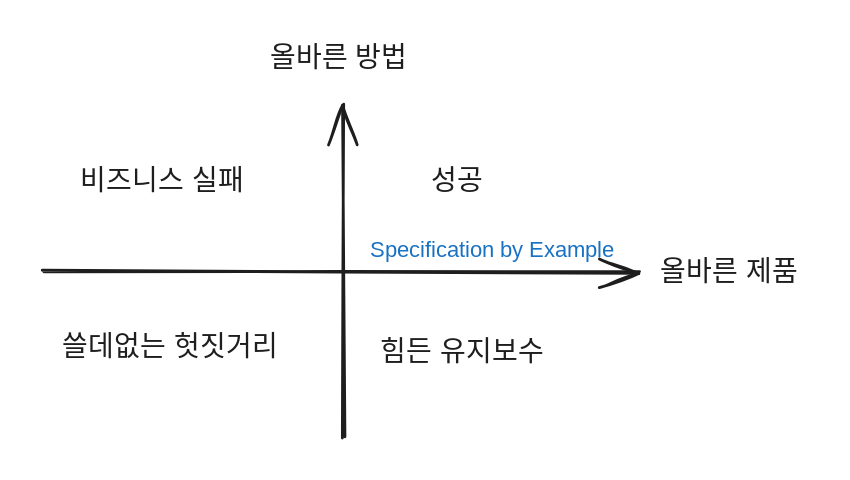
Above: .gitbook/assets/file.excalidraw (2).svg in Team-Shift-4/Jungin_TIL (Excalidraw), before the change. Source tidied: one line per element, renumbered; positions are measured from the earlier drawing's top-left corner, leaving out a move shared by most shapes. Its diagram source:
```json
{"id": 0, "type": "arrow", "strokeColor": "#1e1e1e", "strokeWidth": 2, "roughness": 1, "endArrowhead": "arrow", "round": true, "to": 3, "x": 0, "y": 164, "width": 425, "height": 0, "points": [[0, 0], [425, 0]]}
{"id": 1, "type": "arrow", "strokeColor": "#1e1e1e", "strokeWidth": 2, "roughness": 1, "endArrowhead": "arrow", "round": true, "x": 215, "y": 283, "width": 0, "height": 237, "points": [[0, 0], [0, -237]]}
{"id": 2, "type": "text", "text": "올바른 방법", "strokeColor": "#1e1e1e", "strokeWidth": 2, "roughness": 1, "fontSize": 20, "fontFamily": 2, "x": 162, "y": 0, "width": 106, "height": 23}
{"id": 3, "type": "text", "text": "올바른 제품", "strokeColor": "#1e1e1e", "strokeWidth": 2, "roughness": 1, "fontSize": 20, "fontFamily": 2, "x": 441, "y": 153, "width": 106, "height": 23}
{"id": 4, "type": "text", "text": "쓸데없는 헛짓거리", "strokeColor": "#1e1e1e", "strokeWidth": 2, "roughness": 1, "fontSize": 20, "fontFamily": 2, "x": 14, "y": 206, "width": 166, "height": 23}
{"id": 5, "type": "text", "text": "비즈니스 실패", "strokeColor": "#1e1e1e", "strokeWidth": 2, "roughness": 1, "fontSize": 20, "fontFamily": 2, "x": 26, "y": 88, "width": 126, "height": 23}
{"id": 6, "type": "text", "text": "성공", "strokeColor": "#1e1e1e", "strokeWidth": 2, "roughness": 1, "fontSize": 20, "fontFamily": 2, "x": 277, "y": 88, "width": 40, "height": 23}
{"id": 7, "type": "text", "text": "힘든 유지보수", "strokeColor": "#1e1e1e", "strokeWidth": 2, "roughness": 1, "fontSize": 20, "fontFamily": 2, "x": 241, "y": 210, "width": 126, "height": 23}
{"id": 8, "type": "text", "text": "Specification by Example", "strokeColor": "#1971c2", "strokeWidth": 2, "roughness": 1, "fontSize": 16, "fontFamily": 1, "x": 233, "y": 140, "width": 190, "height": 20}
```
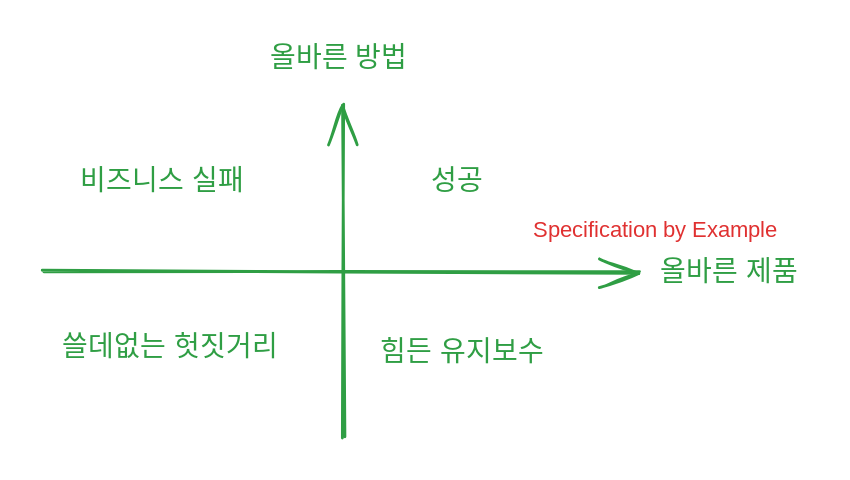
After the commit.

Diff of the diagram source:
```diff
@@ -1,9 +1,9 @@
-{"id": 0, "type": "arrow", "strokeColor": "#1e1e1e", "strokeWidth": 2, "roughness": 1, "endArrowhead": "arrow", "round": true, "to": 3, "x": 0, "y": 164, "width": 425, "height": 0, "points": [[0, 0], [425, 0]]}
+{"id": 0, "type": "arrow", "strokeColor": "#2f9e44", "strokeWidth": 2, "roughness": 1, "endArrowhead": "arrow", "round": true, "to": 3, "x": 0, "y": 164, "width": 425, "height": 0, "points": [[0, 0], [425, 0]]}
-{"id": 1, "type": "arrow", "strokeColor": "#1e1e1e", "strokeWidth": 2, "roughness": 1, "endArrowhead": "arrow", "round": true, "x": 215, "y": 283, "width": 0, "height": 237, "points": [[0, 0], [0, -237]]}
+{"id": 1, "type": "arrow", "strokeColor": "#2f9e44", "strokeWidth": 2, "roughness": 1, "endArrowhead": "arrow", "round": true, "x": 215, "y": 283, "width": 0, "height": 237, "points": [[0, 0], [0, -237]]}
-{"id": 2, "type": "text", "text": "올바른 방법", "strokeColor": "#1e1e1e", "strokeWidth": 2, "roughness": 1, "fontSize": 20, "fontFamily": 2, "x": 162, "y": 0, "width": 106, "height": 23}
+{"id": 2, "type": "text", "text": "올바른 방법", "strokeColor": "#2f9e44", "strokeWidth": 2, "roughness": 1, "fontSize": 20, "fontFamily": 2, "x": 162, "y": 0, "width": 106, "height": 23}
-{"id": 3, "type": "text", "text": "올바른 제품", "strokeColor": "#1e1e1e", "strokeWidth": 2, "roughness": 1, "fontSize": 20, "fontFamily": 2, "x": 441, "y": 153, "width": 106, "height": 23}
+{"id": 3, "type": "text", "text": "올바른 제품", "strokeColor": "#2f9e44", "strokeWidth": 2, "roughness": 1, "fontSize": 20, "fontFamily": 2, "x": 441, "y": 153, "width": 106, "height": 23}
-{"id": 4, "type": "text", "text": "쓸데없는 헛짓거리", "strokeColor": "#1e1e1e", "strokeWidth": 2, "roughness": 1, "fontSize": 20, "fontFamily": 2, "x": 14, "y": 206, "width": 166, "height": 23}
+{"id": 4, "type": "text", "text": "쓸데없는 헛짓거리", "strokeColor": "#2f9e44", "strokeWidth": 2, "roughness": 1, "fontSize": 20, "fontFamily": 2, "x": 14, "y": 206, "width": 166, "height": 23}
-{"id": 5, "type": "text", "text": "비즈니스 실패", "strokeColor": "#1e1e1e", "strokeWidth": 2, "roughness": 1, "fontSize": 20, "fontFamily": 2, "x": 26, "y": 88, "width": 126, "height": 23}
+{"id": 5, "type": "text", "text": "비즈니스 실패", "strokeColor": "#2f9e44", "strokeWidth": 2, "roughness": 1, "fontSize": 20, "fontFamily": 2, "x": 26, "y": 88, "width": 126, "height": 23}
-{"id": 6, "type": "text", "text": "성공", "strokeColor": "#1e1e1e", "strokeWidth": 2, "roughness": 1, "fontSize": 20, "fontFamily": 2, "x": 277, "y": 88, "width": 40, "height": 23}
+{"id": 6, "type": "text", "text": "성공", "strokeColor": "#2f9e44", "strokeWidth": 2, "roughness": 1, "fontSize": 20, "fontFamily": 2, "x": 277, "y": 88, "width": 40, "height": 23}
-{"id": 7, "type": "text", "text": "힘든 유지보수", "strokeColor": "#1e1e1e", "strokeWidth": 2, "roughness": 1, "fontSize": 20, "fontFamily": 2, "x": 241, "y": 210, "width": 126, "height": 23}
+{"id": 7, "type": "text", "text": "힘든 유지보수", "strokeColor": "#2f9e44", "strokeWidth": 2, "roughness": 1, "fontSize": 20, "fontFamily": 2, "x": 241, "y": 210, "width": 126, "height": 23}
-{"id": 8, "type": "text", "text": "Specification by Example", "strokeColor": "#1971c2", "strokeWidth": 2, "roughness": 1, "fontSize": 16, "fontFamily": 1, "x": 233, "y": 140, "width": 190, "height": 20}
+{"id": 8, "type": "text", "text": "Specification by Example", "strokeColor": "#e03131", "strokeWidth": 2, "roughness": 1, "fontSize": 16, "fontFamily": 1, "x": 350, "y": 125, "width": 190, "height": 20}
```
